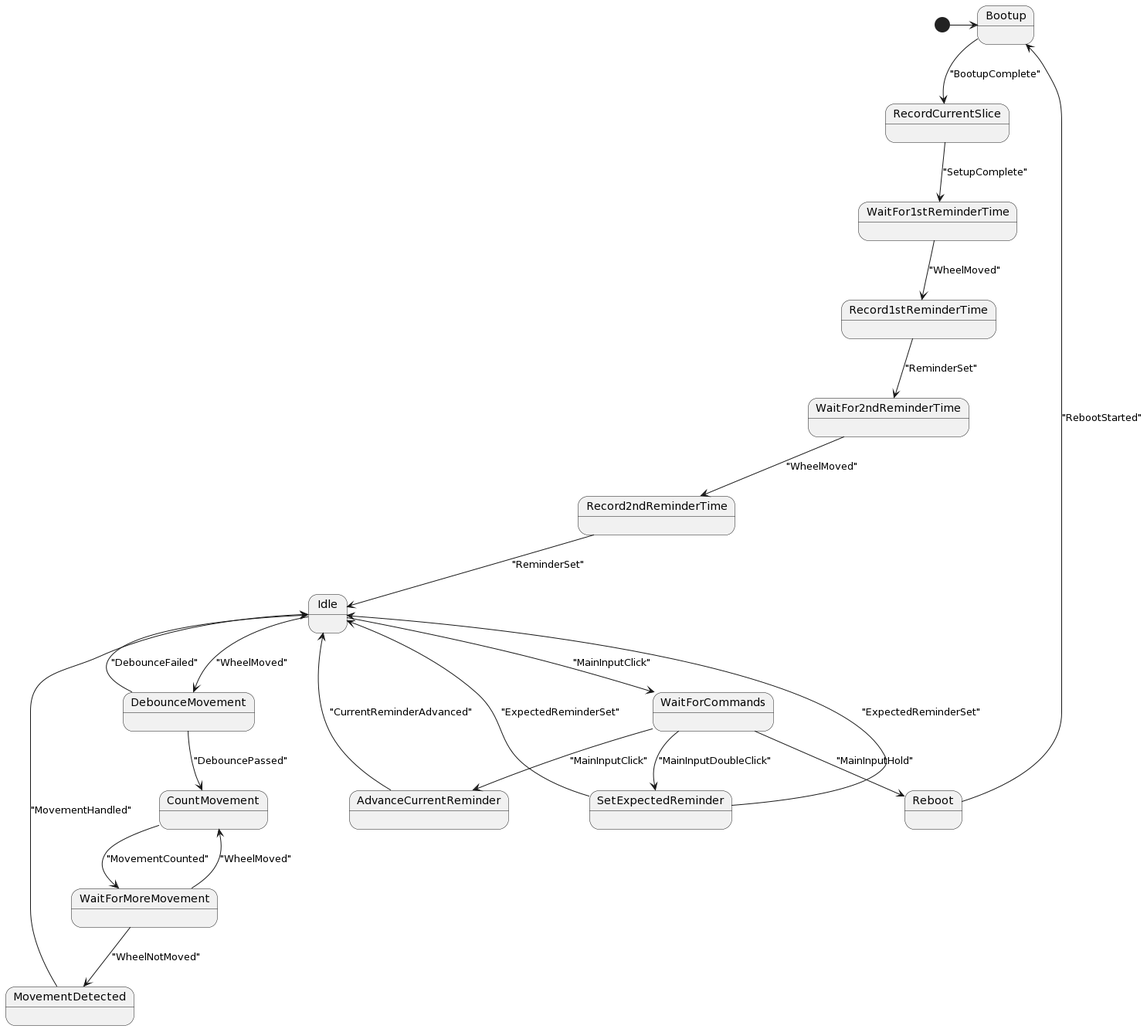
Earlier version of the PlantUML export docs/state-machine-planttext.uml.png (eejai42/med-reminder). Its diagram source:
```plantuml
@startuml
[*] -> Bootup
state AdvanceCurrentReminder
state Idle
state MovementDetected
state WaitForCommands
state Reboot
state WaitForMoreMovement
state CountMovement
state Bootup
state WaitFor1stReminderTime
state RecordCurrentSlice
state Record1stReminderTime
state DebounceMovement
state WaitFor2ndReminderTime
state Record2ndReminderTime
state SetExpectedReminder

AdvanceCurrentReminder --> Idle : "CurrentReminderAdvanced"

Idle --> DebounceMovement : "WheelMoved"

Idle --> WaitForCommands : "MainInputClick"

MovementDetected --> Idle : "MovementHandled"

WaitForCommands --> SetExpectedReminder : "MainInputDoubleClick"

WaitForCommands --> AdvanceCurrentReminder : "MainInputClick"

WaitForCommands --> Reboot : "MainInputHold"

Reboot --> Bootup : "RebootStarted"

WaitForMoreMovement --> CountMovement : "WheelMoved"

WaitForMoreMovement --> MovementDetected : "WheelNotMoved"

CountMovement --> WaitForMoreMovement : "MovementCounted"

Bootup --> RecordCurrentSlice : "BootupComplete"

WaitFor1stReminderTime --> Record1stReminderTime : "WheelMoved"

RecordCurrentSlice --> WaitFor1stReminderTime : "SetupComplete"

Record1stReminderTime --> WaitFor2ndReminderTime : "ReminderSet"

DebounceMovement --> CountMovement : "DebouncePassed"

DebounceMovement --> Idle : "DebounceFailed"

WaitFor2ndReminderTime --> Record2ndReminderTime : "WheelMoved"

Record2ndReminderTime --> Idle : "ReminderSet"

SetExpectedReminder --> Idle : "ExpectedReminderSet"

SetExpectedReminder --> Idle : "ExpectedReminderSet"
@enduml
```
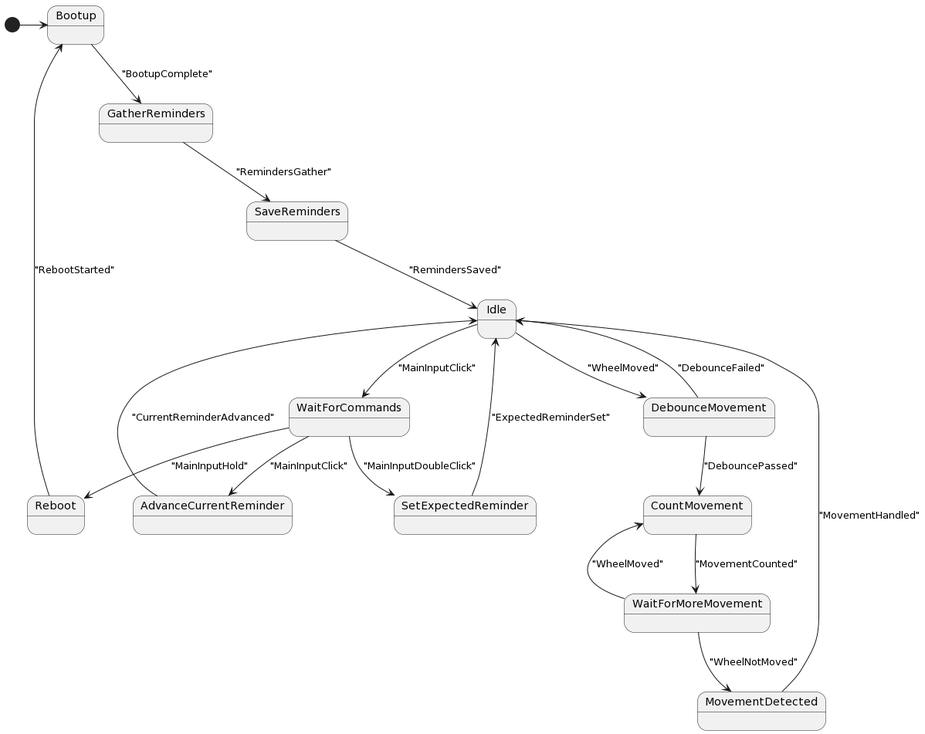
The same file after the commit.

Diff of the diagram source:
```diff
@@ -8,12 +8,9 @@
 state WaitForMoreMovement
 state CountMovement
 state Bootup
-state WaitFor1stReminderTime
-state RecordCurrentSlice
-state Record1stReminderTime
+state GatherReminders
+state SaveReminders
 state DebounceMovement
-state WaitFor2ndReminderTime
-state Record2ndReminderTime
 state SetExpectedReminder
 
 AdvanceCurrentReminder --> Idle : "CurrentReminderAdvanced"
@@ -38,23 +35,15 @@
 
 CountMovement --> WaitForMoreMovement : "MovementCounted"
 
-Bootup --> RecordCurrentSlice : "BootupComplete"
+Bootup --> GatherReminders : "BootupComplete"
 
-WaitFor1stReminderTime --> Record1stReminderTime : "WheelMoved"
+GatherReminders --> SaveReminders : "RemindersGather"
 
-RecordCurrentSlice --> WaitFor1stReminderTime : "SetupComplete"
-
-Record1stReminderTime --> WaitFor2ndReminderTime : "ReminderSet"
+SaveReminders --> Idle : "RemindersSaved"
 
 DebounceMovement --> CountMovement : "DebouncePassed"
 
 DebounceMovement --> Idle : "DebounceFailed"
 
-WaitFor2ndReminderTime --> Record2ndReminderTime : "WheelMoved"
-
-Record2ndReminderTime --> Idle : "ReminderSet"
-
-SetExpectedReminder --> Idle : "ExpectedReminderSet"
-
 SetExpectedReminder --> Idle : "ExpectedReminderSet"
 @enduml
```
